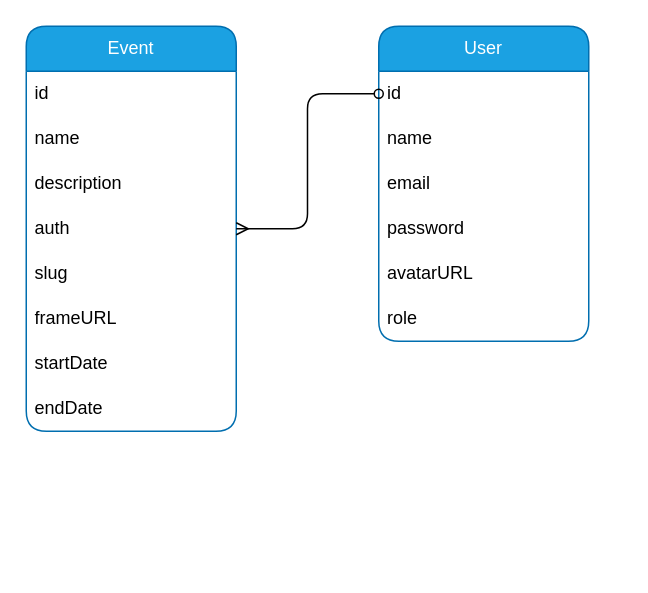
The draw.io diagram back-end/db.drawio in kakanvk/tvu-avatar-maker, before the edit. Source tidied: cells renumbered, new cells numbered last; positions are measured from the earlier drawing's top-left corner, leaving out a move shared by most shapes. Both pictures are drawn from the tidied source at 150%, with x=0, y=0 at pixel (26, 26).
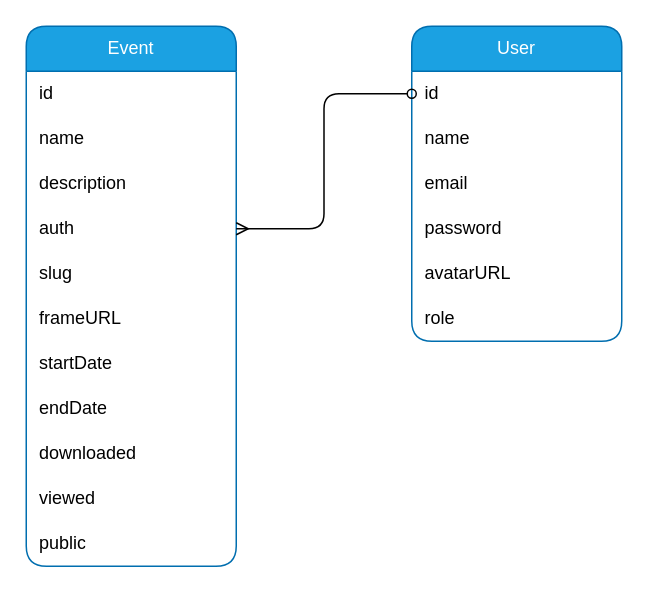
The same page after the edit.

Diff of the diagram source:
```diff
@@
-    <mxCell id="2" value="Event" style="swimlane;fontStyle=0;horizontal=1;startSize=30;whiteSpace=wrap;html=1;fillColor=#1ba1e2;fontColor=#ffffff;strokeColor=#006EAF;rounded=1;" parent="1" vertex="1">
-      <mxGeometry width="140" height="270" as="geometry" />
+    <mxCell id="2" value="Event" style="swimlane;fontStyle=0;horizontal=1;startSize=30;whiteSpace=wrap;html=1;fillColor=#1ba1e2;fontColor=#ffffff;strokeColor=#006EAF;rounded=1;align=center;" parent="1" vertex="1">
+      <mxGeometry width="140" height="360" as="geometry" />
     </mxCell>
-    <mxCell id="3" value="id" style="text;strokeColor=none;fillColor=none;align=left;verticalAlign=middle;spacingLeft=4;spacingRight=4;overflow=hidden;whiteSpace=wrap;html=1;" parent="2" vertex="1">
+    <mxCell id="3" value="id" style="text;strokeColor=none;fillColor=none;align=left;verticalAlign=middle;spacingLeft=7;spacingRight=4;overflow=hidden;whiteSpace=wrap;html=1;" parent="2" vertex="1">
       <mxGeometry y="30" width="140" height="30" as="geometry" />
     </mxCell>
-    <mxCell id="4" value="name" style="text;strokeColor=none;fillColor=none;align=left;verticalAlign=middle;spacingLeft=4;spacingRight=4;overflow=hidden;whiteSpace=wrap;html=1;" parent="2" vertex="1">
+    <mxCell id="4" value="name" style="text;strokeColor=none;fillColor=none;align=left;verticalAlign=middle;spacingLeft=7;spacingRight=4;overflow=hidden;whiteSpace=wrap;html=1;" parent="2" vertex="1">
       <mxGeometry y="60" width="140" height="30" as="geometry" />
     </mxCell>
-    <mxCell id="5" value="description" style="text;strokeColor=none;fillColor=none;align=left;verticalAlign=middle;spacingLeft=4;spacingRight=4;overflow=hidden;whiteSpace=wrap;html=1;" parent="2" vertex="1">
+    <mxCell id="5" value="description" style="text;strokeColor=none;fillColor=none;align=left;verticalAlign=middle;spacingLeft=7;spacingRight=4;overflow=hidden;whiteSpace=wrap;html=1;" parent="2" vertex="1">
       <mxGeometry y="90" width="140" height="30" as="geometry" />
     </mxCell>
-    <mxCell id="6" value="auth" style="text;strokeColor=none;fillColor=none;align=left;verticalAlign=middle;spacingLeft=4;spacingRight=4;overflow=hidden;points=[[0,0.5],[1,0.5]];portConstraint=eastwest;whiteSpace=wrap;html=1;" parent="2" vertex="1">
+    <mxCell id="6" value="auth" style="text;strokeColor=none;fillColor=none;align=left;verticalAlign=middle;spacingLeft=7;spacingRight=4;overflow=hidden;points=[[0,0.5],[1,0.5]];portConstraint=eastwest;whiteSpace=wrap;html=1;" parent="2" vertex="1">
       <mxGeometry y="120" width="140" height="30" as="geometry" />
     </mxCell>
-    <mxCell id="7" value="slug" style="text;strokeColor=none;fillColor=none;align=left;verticalAlign=middle;spacingLeft=4;spacingRight=4;overflow=hidden;whiteSpace=wrap;html=1;" parent="2" vertex="1">
+    <mxCell id="7" value="slug" style="text;strokeColor=none;fillColor=none;align=left;verticalAlign=middle;spacingLeft=7;spacingRight=4;overflow=hidden;whiteSpace=wrap;html=1;" parent="2" vertex="1">
       <mxGeometry y="150" width="140" height="30" as="geometry" />
     </mxCell>
-    <mxCell id="8" value="frameURL" style="text;strokeColor=none;fillColor=none;align=left;verticalAlign=middle;spacingLeft=4;spacingRight=4;overflow=hidden;whiteSpace=wrap;html=1;" parent="2" vertex="1">
+    <mxCell id="8" value="frameURL" style="text;strokeColor=none;fillColor=none;align=left;verticalAlign=middle;spacingLeft=7;spacingRight=4;overflow=hidden;whiteSpace=wrap;html=1;" parent="2" vertex="1">
       <mxGeometry y="180" width="140" height="30" as="geometry" />
     </mxCell>
-    <mxCell id="9" value="startDate" style="text;strokeColor=none;fillColor=none;align=left;verticalAlign=middle;spacingLeft=4;spacingRight=4;overflow=hidden;whiteSpace=wrap;html=1;" parent="2" vertex="1">
+    <mxCell id="9" value="startDate" style="text;strokeColor=none;fillColor=none;align=left;verticalAlign=middle;spacingLeft=7;spacingRight=4;overflow=hidden;whiteSpace=wrap;html=1;" parent="2" vertex="1">
       <mxGeometry y="210" width="140" height="30" as="geometry" />
     </mxCell>
-    <mxCell id="10" value="endDate" style="text;strokeColor=none;fillColor=none;align=left;verticalAlign=middle;spacingLeft=4;spacingRight=4;overflow=hidden;whiteSpace=wrap;html=1;" parent="2" vertex="1">
+    <mxCell id="10" value="endDate" style="text;strokeColor=none;fillColor=none;align=left;verticalAlign=middle;spacingLeft=7;spacingRight=4;overflow=hidden;whiteSpace=wrap;html=1;" parent="2" vertex="1">
       <mxGeometry y="240" width="140" height="30" as="geometry" />
     </mxCell>
+    <mxCell id="19" value="downloaded" style="text;strokeColor=none;fillColor=none;align=left;verticalAlign=middle;spacingLeft=7;spacingRight=4;overflow=hidden;whiteSpace=wrap;html=1;" parent="2" vertex="1">
+      <mxGeometry y="270" width="140" height="30" as="geometry" />
+    </mxCell>
+    <mxCell id="20" value="viewed" style="text;strokeColor=none;fillColor=none;align=left;verticalAlign=middle;spacingLeft=7;spacingRight=4;overflow=hidden;whiteSpace=wrap;html=1;" parent="2" vertex="1">
+      <mxGeometry y="300" width="140" height="30" as="geometry" />
+    </mxCell>
+    <mxCell id="21" value="public" style="text;strokeColor=none;fillColor=none;align=left;verticalAlign=middle;spacingLeft=7;spacingRight=4;overflow=hidden;whiteSpace=wrap;html=1;" parent="2" vertex="1">
+      <mxGeometry y="330" width="140" height="30" as="geometry" />
+    </mxCell>
     <mxCell id="11" value="User" style="swimlane;fontStyle=0;horizontal=1;startSize=30;whiteSpace=wrap;html=1;fillColor=#1ba1e2;fontColor=#ffffff;strokeColor=#006EAF;rounded=1;" parent="1" vertex="1">
-      <mxGeometry x="235" width="140" height="210" as="geometry" />
+      <mxGeometry x="257" width="140" height="210" as="geometry" />
     </mxCell>
-    <mxCell id="12" value="id" style="text;strokeColor=none;fillColor=none;align=left;verticalAlign=middle;spacingLeft=4;spacingRight=4;overflow=hidden;points=[[0,0.5],[1,0.5]];portConstraint=eastwest;whiteSpace=wrap;html=1;" parent="11" vertex="1">
+    <mxCell id="12" value="id" style="text;strokeColor=none;fillColor=none;align=left;verticalAlign=middle;spacingLeft=7;spacingRight=4;overflow=hidden;points=[[0,0.5],[1,0.5]];portConstraint=eastwest;whiteSpace=wrap;html=1;" parent="11" vertex="1">
       <mxGeometry y="30" width="140" height="30" as="geometry" />
     </mxCell>
-    <mxCell id="13" value="name" style="text;strokeColor=none;fillColor=none;align=left;verticalAlign=middle;spacingLeft=4;spacingRight=4;overflow=hidden;whiteSpace=wrap;html=1;" parent="11" vertex="1">
+    <mxCell id="13" value="name" style="text;strokeColor=none;fillColor=none;align=left;verticalAlign=middle;spacingLeft=7;spacingRight=4;overflow=hidden;whiteSpace=wrap;html=1;" parent="11" vertex="1">
       <mxGeometry y="60" width="140" height="30" as="geometry" />
     </mxCell>
-    <mxCell id="14" value="email" style="text;strokeColor=none;fillColor=none;align=left;verticalAlign=middle;spacingLeft=4;spacingRight=4;overflow=hidden;whiteSpace=wrap;html=1;" parent="11" vertex="1">
+    <mxCell id="14" value="email" style="text;strokeColor=none;fillColor=none;align=left;verticalAlign=middle;spacingLeft=7;spacingRight=4;overflow=hidden;whiteSpace=wrap;html=1;" parent="11" vertex="1">
       <mxGeometry y="90" width="140" height="30" as="geometry" />
     </mxCell>
-    <mxCell id="15" value="password" style="text;strokeColor=none;fillColor=none;align=left;verticalAlign=middle;spacingLeft=4;spacingRight=4;overflow=hidden;whiteSpace=wrap;html=1;" parent="11" vertex="1">
+    <mxCell id="15" value="password" style="text;strokeColor=none;fillColor=none;align=left;verticalAlign=middle;spacingLeft=7;spacingRight=4;overflow=hidden;whiteSpace=wrap;html=1;" parent="11" vertex="1">
       <mxGeometry y="120" width="140" height="30" as="geometry" />
     </mxCell>
-    <mxCell id="16" value="avatarURL" style="text;strokeColor=none;fillColor=none;align=left;verticalAlign=middle;spacingLeft=4;spacingRight=4;overflow=hidden;whiteSpace=wrap;html=1;" parent="11" vertex="1">
+    <mxCell id="16" value="avatarURL" style="text;strokeColor=none;fillColor=none;align=left;verticalAlign=middle;spacingLeft=7;spacingRight=4;overflow=hidden;whiteSpace=wrap;html=1;" parent="11" vertex="1">
       <mxGeometry y="150" width="140" height="30" as="geometry" />
     </mxCell>
-    <mxCell id="17" value="role" style="text;strokeColor=none;fillColor=none;align=left;verticalAlign=middle;spacingLeft=4;spacingRight=4;overflow=hidden;whiteSpace=wrap;html=1;" parent="11" vertex="1">
+    <mxCell id="17" value="role" style="text;strokeColor=none;fillColor=none;align=left;verticalAlign=middle;spacingLeft=7;spacingRight=4;overflow=hidden;whiteSpace=wrap;html=1;" parent="11" vertex="1">
       <mxGeometry y="180" width="140" height="30" as="geometry" />
     </mxCell>
```
